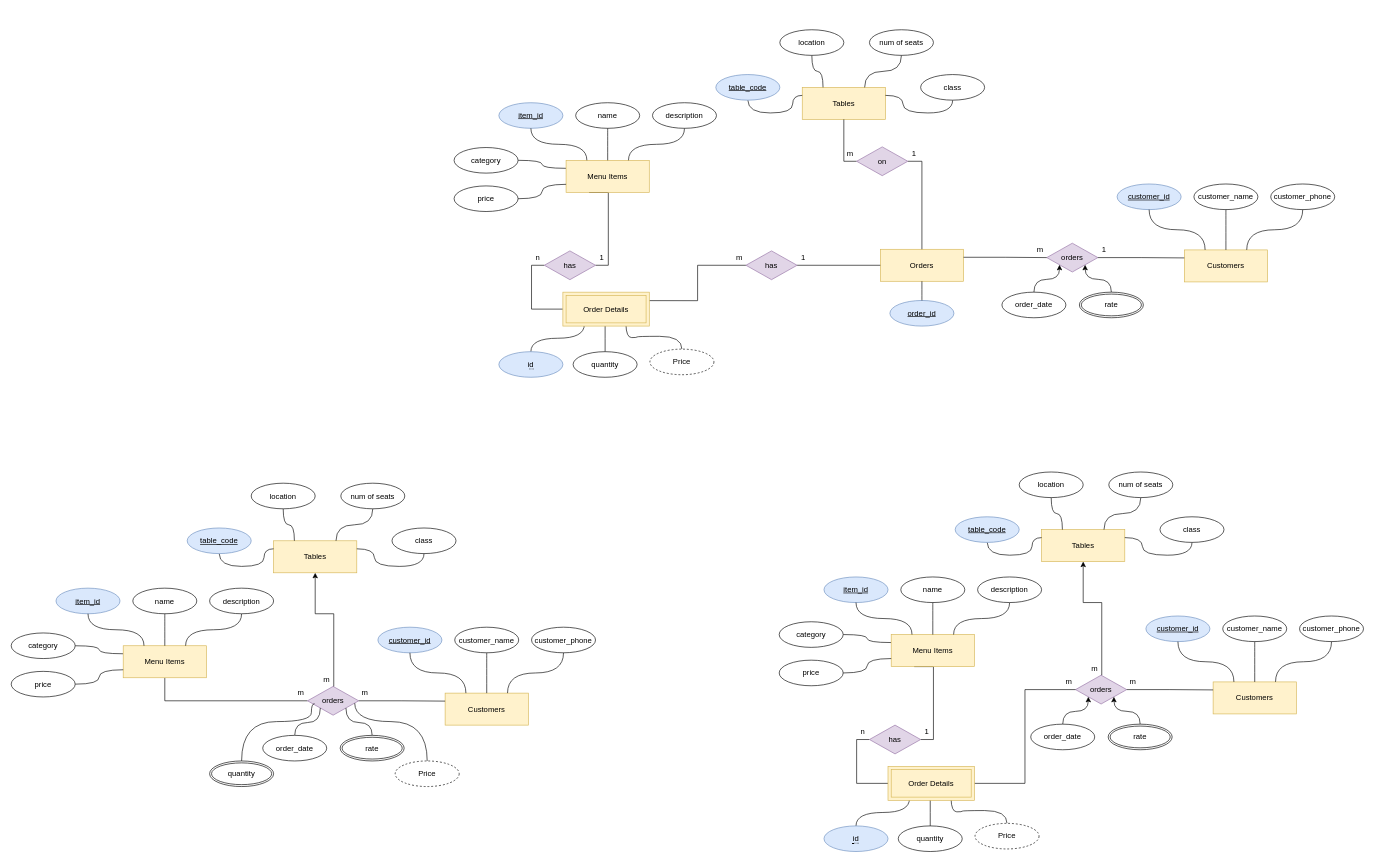
This is ER_diagram.drawio from Mohammed-Abed-Alkareem/Restaurant-Management, a draw.io file, before an edit. Source tidied: cells renumbered, new cells numbered last; positions are measured from the earlier drawing's top-left corner, leaving out a move shared by most shapes. Both pictures are drawn from the tidied source at 64%, with x=0, y=0 at pixel (11, 29).
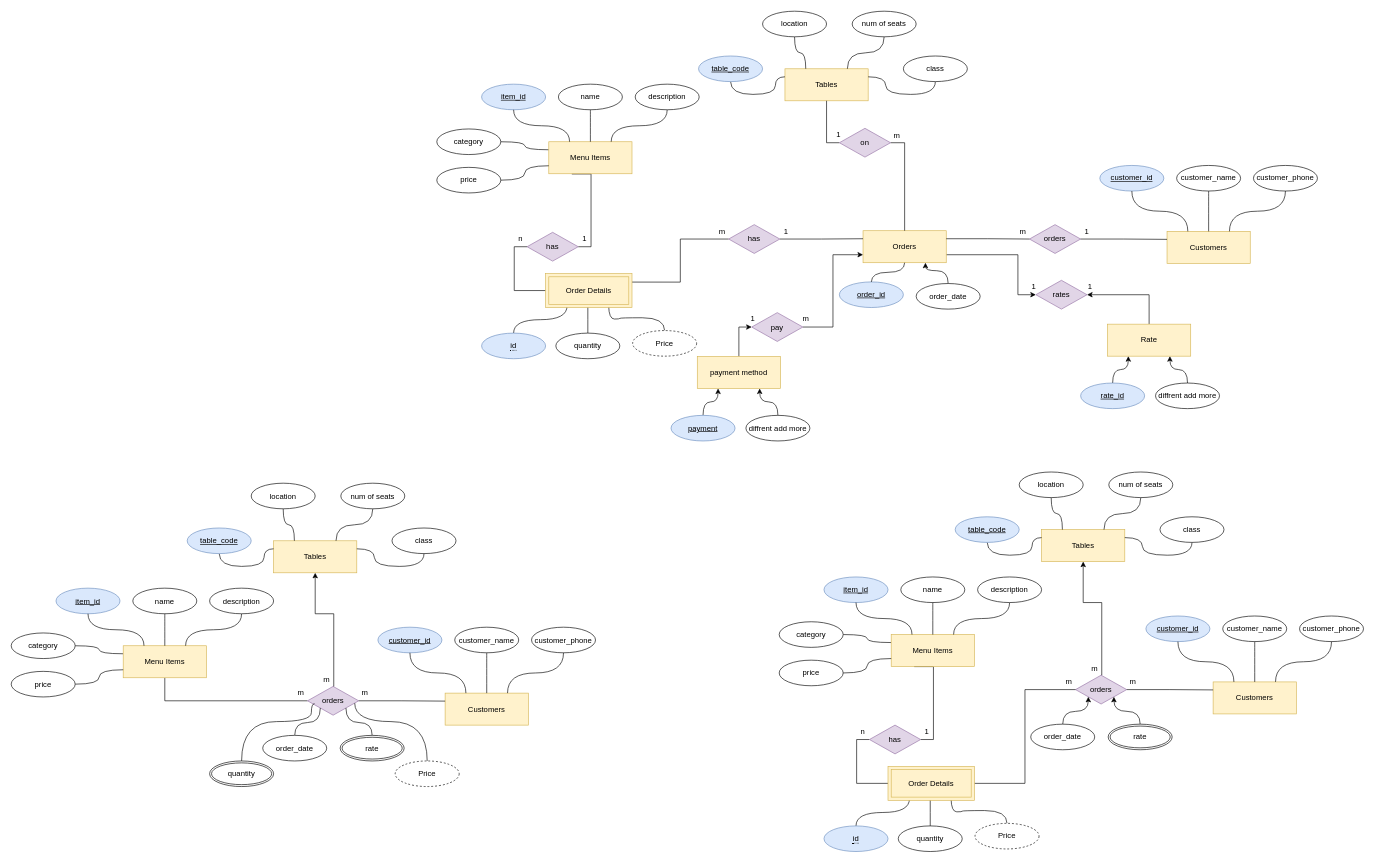
Above is the later version.

What changed in the source:
```diff
@@
     <mxCell id="2" value="Customers" style="whiteSpace=wrap;html=1;align=center;fillColor=#fff2cc;strokeColor=#d6b656;" parent="1" vertex="1">
-      <mxGeometry x="1833" y="344" width="130" height="50" as="geometry" />
+      <mxGeometry x="1806" y="315" width="130" height="50" as="geometry" />
     </mxCell>
     <mxCell id="3" value="customer_id" style="ellipse;whiteSpace=wrap;html=1;align=center;fontStyle=4;fillColor=#dae8fc;strokeColor=#6c8ebf;" parent="1" vertex="1">
-      <mxGeometry x="1728" y="241" width="100" height="40" as="geometry" />
+      <mxGeometry x="1701" y="212" width="100" height="40" as="geometry" />
     </mxCell>
     <mxCell id="4" value="customer_name" style="ellipse;whiteSpace=wrap;html=1;align=center;" parent="1" vertex="1">
-      <mxGeometry x="1848" y="241" width="100" height="40" as="geometry" />
+      <mxGeometry x="1821" y="212" width="100" height="40" as="geometry" />
     </mxCell>
     <mxCell id="5" value="customer_phone" style="ellipse;whiteSpace=wrap;html=1;align=center;" parent="1" vertex="1">
-      <mxGeometry x="1968" y="241" width="100" height="40" as="geometry" />
+      <mxGeometry x="1941" y="212" width="100" height="40" as="geometry" />
     </mxCell>
@@
+    <mxCell id="155" style="edgeStyle=orthogonalEdgeStyle;rounded=0;jettySize=auto;html=1;exitX=1;exitY=0.75;exitDx=0;exitDy=0;entryX=0;entryY=0.5;entryDx=0;entryDy=0;" parent="1" edge="1" source="9" target="162">
+      <mxGeometry relative="1" as="geometry">
+        <Array as="points">
+          <mxPoint x="1573" y="352" />
+          <mxPoint x="1573" y="414" />
+        </Array>
+      </mxGeometry>
+    </mxCell>
     <mxCell id="9" value="Orders" style="whiteSpace=wrap;html=1;align=center;fillColor=#fff2cc;strokeColor=#d6b656;" parent="1" vertex="1">
-      <mxGeometry x="1358" y="343" width="130" height="50" as="geometry" />
+      <mxGeometry x="1331" y="314" width="130" height="50" as="geometry" />
     </mxCell>
     <mxCell id="10" value="&lt;u&gt;order_id&lt;/u&gt;" style="ellipse;whiteSpace=wrap;html=1;align=center;fillColor=#dae8fc;strokeColor=#6c8ebf;" parent="1" vertex="1">
-      <mxGeometry x="1373" y="423" width="100" height="40" as="geometry" />
+      <mxGeometry x="1294" y="394" width="100" height="40" as="geometry" />
     </mxCell>
@@
     <mxCell id="12" value="orders" style="shape=rhombus;perimeter=rhombusPerimeter;whiteSpace=wrap;html=1;align=center;fillColor=#e1d5e7;strokeColor=#9673a6;" parent="1" vertex="1">
-      <mxGeometry x="1618" y="333.5" width="80" height="45" as="geometry" />
+      <mxGeometry x="1591" y="304.5" width="80" height="45" as="geometry" />
     </mxCell>
@@
     <mxCell id="15" value="1" style="text;html=1;strokeColor=none;fillColor=none;align=center;verticalAlign=middle;whiteSpace=wrap;rounded=0;" parent="1" vertex="1">
-      <mxGeometry x="1698" y="333.5" width="20" height="20" as="geometry" />
+      <mxGeometry x="1671" y="304.5" width="20" height="20" as="geometry" />
     </mxCell>
     <mxCell id="16" value="m" style="text;html=1;strokeColor=none;fillColor=none;align=center;verticalAlign=middle;whiteSpace=wrap;rounded=0;" parent="1" vertex="1">
-      <mxGeometry x="1598" y="333.5" width="20" height="20" as="geometry" />
+      <mxGeometry x="1571" y="304.5" width="20" height="20" as="geometry" />
     </mxCell>
@@
     <mxCell id="18" style="edgeStyle=orthogonalEdgeStyle;rounded=0;jettySize=auto;html=1;exitX=0.5;exitY=0;exitDx=0;exitDy=0;entryX=0.25;entryY=1;entryDx=0;entryDy=0;curved=1;endArrow=none;endFill=0;" parent="1" edge="1" source="60">
       <mxGeometry relative="1" as="geometry">
-        <mxPoint x="895.5" y="460" as="targetPoint" />
+        <mxPoint x="868.5" y="431" as="targetPoint" />
       </mxGeometry>
     </mxCell>
     <mxCell id="19" style="edgeStyle=orthogonalEdgeStyle;rounded=0;jettySize=auto;html=1;exitX=0.5;exitY=0;exitDx=0;exitDy=0;entryX=0.5;entryY=1;entryDx=0;entryDy=0;endArrow=none;endFill=0;" parent="1" edge="1" source="20">
       <mxGeometry relative="1" as="geometry">
-        <mxPoint x="928" y="460" as="targetPoint" />
+        <mxPoint x="901" y="431" as="targetPoint" />
       </mxGeometry>
     </mxCell>
     <mxCell id="20" value="quantity" style="ellipse;whiteSpace=wrap;html=1;align=center;" parent="1" vertex="1">
-      <mxGeometry x="878" y="503" width="100" height="40" as="geometry" />
+      <mxGeometry x="851" y="474" width="100" height="40" as="geometry" />
     </mxCell>
-    <mxCell id="21" style="edgeStyle=orthogonalEdgeStyle;rounded=0;jettySize=auto;html=1;exitX=1;exitY=0.5;exitDx=0;exitDy=0;entryX=0;entryY=0.5;entryDx=0;entryDy=0;endArrow=none;endFill=0;" parent="1" edge="1" source="23" target="9">
+    <mxCell id="21" style="edgeStyle=orthogonalEdgeStyle;rounded=0;jettySize=auto;html=1;exitX=1;exitY=0.5;exitDx=0;exitDy=0;entryX=0;entryY=0.25;entryDx=0;entryDy=0;endArrow=none;endFill=0;" parent="1" edge="1" source="23" target="9">
       <mxGeometry relative="1" as="geometry" />
     </mxCell>
@@
     <mxCell id="23" value="has" style="shape=rhombus;perimeter=rhombusPerimeter;whiteSpace=wrap;html=1;align=center;fillColor=#e1d5e7;strokeColor=#9673a6;" parent="1" vertex="1">
-      <mxGeometry x="1148" y="345.5" width="80" height="45" as="geometry" />
+      <mxGeometry x="1121" y="304.5" width="80" height="45" as="geometry" />
     </mxCell>
     <mxCell id="24" value="1" style="text;html=1;strokeColor=none;fillColor=none;align=center;verticalAlign=middle;whiteSpace=wrap;rounded=0;" parent="1" vertex="1">
-      <mxGeometry x="1228" y="345.5" width="20" height="20" as="geometry" />
+      <mxGeometry x="1201" y="304.5" width="20" height="20" as="geometry" />
     </mxCell>
     <mxCell id="25" value="m" style="text;html=1;strokeColor=none;fillColor=none;align=center;verticalAlign=middle;whiteSpace=wrap;rounded=0;" parent="1" vertex="1">
-      <mxGeometry x="1128" y="345.5" width="20" height="20" as="geometry" />
+      <mxGeometry x="1101" y="304.5" width="20" height="20" as="geometry" />
     </mxCell>
     <mxCell id="26" style="edgeStyle=orthogonalEdgeStyle;rounded=0;jettySize=auto;html=1;exitX=0.5;exitY=0;exitDx=0;exitDy=0;entryX=0.75;entryY=1;entryDx=0;entryDy=0;curved=1;endArrow=none;endFill=0;" parent="1" edge="1" source="27">
       <mxGeometry relative="1" as="geometry">
-        <mxPoint x="960.5" y="460" as="targetPoint" />
+        <mxPoint x="933.5" y="431" as="targetPoint" />
       </mxGeometry>
     </mxCell>
     <mxCell id="27" value="Price" style="ellipse;whiteSpace=wrap;html=1;align=center;dashed=1;" parent="1" vertex="1">
-      <mxGeometry x="998" y="499" width="100" height="40" as="geometry" />
+      <mxGeometry x="971" y="470" width="100" height="40" as="geometry" />
     </mxCell>
@@
     <mxCell id="29" style="edgeStyle=orthogonalEdgeStyle;rounded=0;jettySize=auto;html=1;exitX=0.5;exitY=1;exitDx=0;exitDy=0;entryX=1;entryY=0.5;entryDx=0;entryDy=0;endArrow=none;endFill=0;" parent="1" edge="1" source="30" target="36">
       <mxGeometry relative="1" as="geometry">
         <Array as="points">
-          <mxPoint x="903" y="254" />
-          <mxPoint x="933" y="254" />
-          <mxPoint x="933" y="368" />
+          <mxPoint x="876" y="225" />
+          <mxPoint x="906" y="225" />
+          <mxPoint x="906" y="339" />
         </Array>
       </mxGeometry>
     </mxCell>
     <mxCell id="30" value="Menu Items" style="whiteSpace=wrap;html=1;align=center;fillColor=#fff2cc;strokeColor=#d6b656;" parent="1" vertex="1">
-      <mxGeometry x="867" y="204" width="130" height="50" as="geometry" />
+      <mxGeometry x="840" y="175" width="130" height="50" as="geometry" />
     </mxCell>
     <mxCell id="31" value="item_id" style="ellipse;whiteSpace=wrap;html=1;align=center;fontStyle=4;fillColor=#dae8fc;strokeColor=#6c8ebf;" parent="1" vertex="1">
-      <mxGeometry x="762" y="114" width="100" height="40" as="geometry" />
+      <mxGeometry x="735" y="85" width="100" height="40" as="geometry" />
     </mxCell>
     <mxCell id="32" value="name" style="ellipse;whiteSpace=wrap;html=1;align=center;" parent="1" vertex="1">
-      <mxGeometry x="882" y="114" width="100" height="40" as="geometry" />
+      <mxGeometry x="855" y="85" width="100" height="40" as="geometry" />
     </mxCell>
@@
     <mxCell id="36" value="has" style="shape=rhombus;perimeter=rhombusPerimeter;whiteSpace=wrap;html=1;align=center;fillColor=#e1d5e7;strokeColor=#9673a6;" parent="1" vertex="1">
-      <mxGeometry x="833" y="345.5" width="80" height="45" as="geometry" />
+      <mxGeometry x="806" y="316.5" width="80" height="45" as="geometry" />
     </mxCell>
     <mxCell id="37" value="1" style="text;html=1;strokeColor=none;fillColor=none;align=center;verticalAlign=middle;whiteSpace=wrap;rounded=0;" parent="1" vertex="1">
-      <mxGeometry x="913" y="345.5" width="20" height="20" as="geometry" />
+      <mxGeometry x="886" y="316.5" width="20" height="20" as="geometry" />
     </mxCell>
     <mxCell id="38" value="n" style="text;html=1;strokeColor=none;fillColor=none;align=center;verticalAlign=middle;whiteSpace=wrap;rounded=0;" parent="1" vertex="1">
-      <mxGeometry x="813" y="345.5" width="20" height="20" as="geometry" />
+      <mxGeometry x="786" y="316.5" width="20" height="20" as="geometry" />
     </mxCell>
     <mxCell id="39" value="description" style="ellipse;whiteSpace=wrap;html=1;align=center;" parent="1" vertex="1">
-      <mxGeometry x="1002" y="114" width="100" height="40" as="geometry" />
+      <mxGeometry x="975" y="85" width="100" height="40" as="geometry" />
     </mxCell>
     <mxCell id="40" value="category" style="ellipse;whiteSpace=wrap;html=1;align=center;" parent="1" vertex="1">
-      <mxGeometry x="692" y="184" width="100" height="40" as="geometry" />
+      <mxGeometry x="665" y="155" width="100" height="40" as="geometry" />
     </mxCell>
@@
     <mxCell id="42" value="price" style="ellipse;whiteSpace=wrap;html=1;align=center;" parent="1" vertex="1">
-      <mxGeometry x="692" y="244" width="100" height="40" as="geometry" />
+      <mxGeometry x="665" y="215" width="100" height="40" as="geometry" />
     </mxCell>
-    <mxCell id="43" style="edgeStyle=orthogonalEdgeStyle;rounded=0;jettySize=auto;html=1;exitX=0.5;exitY=0;exitDx=0;exitDy=0;entryX=0;entryY=1;entryDx=0;entryDy=0;curved=1;" parent="1" edge="1" source="44" target="12">
+    <mxCell id="43" style="edgeStyle=orthogonalEdgeStyle;rounded=0;jettySize=auto;html=1;exitX=0.5;exitY=0;exitDx=0;exitDy=0;entryX=0.75;entryY=1;entryDx=0;entryDy=0;curved=1;" parent="1" edge="1" source="44" target="9">
       <mxGeometry relative="1" as="geometry" />
     </mxCell>
     <mxCell id="44" value="order_date" style="ellipse;whiteSpace=wrap;html=1;align=center;" parent="1" vertex="1">
-      <mxGeometry x="1548" y="410" width="100" height="40" as="geometry" />
+      <mxGeometry x="1414" y="396.5" width="100" height="40" as="geometry" />
     </mxCell>
     <mxCell id="45" value="Tables" style="whiteSpace=wrap;html=1;align=center;fillColor=#fff2cc;strokeColor=#d6b656;" parent="1" vertex="1">
-      <mxGeometry x="1236" y="90" width="130" height="50" as="geometry" />
+      <mxGeometry x="1209" y="61" width="130" height="50" as="geometry" />
     </mxCell>
@@
     <mxCell id="47" value="table_code" style="ellipse;whiteSpace=wrap;html=1;align=center;fontStyle=4;fillColor=#dae8fc;strokeColor=#6c8ebf;" parent="1" vertex="1">
-      <mxGeometry x="1101" y="70" width="100" height="40" as="geometry" />
+      <mxGeometry x="1074" y="41" width="100" height="40" as="geometry" />
     </mxCell>
@@
     <mxCell id="49" value="location" style="ellipse;whiteSpace=wrap;html=1;align=center;" parent="1" vertex="1">
-      <mxGeometry x="1201" width="100" height="40" as="geometry" />
+      <mxGeometry x="1174" y="-29" width="100" height="40" as="geometry" />
     </mxCell>
@@
     <mxCell id="51" value="num of seats" style="ellipse;whiteSpace=wrap;html=1;align=center;" parent="1" vertex="1">
-      <mxGeometry x="1341" width="100" height="40" as="geometry" />
+      <mxGeometry x="1314" y="-29" width="100" height="40" as="geometry" />
     </mxCell>
@@
     <mxCell id="53" value="class" style="ellipse;whiteSpace=wrap;html=1;align=center;" parent="1" vertex="1">
-      <mxGeometry x="1421" y="70" width="100" height="40" as="geometry" />
+      <mxGeometry x="1394" y="41" width="100" height="40" as="geometry" />
     </mxCell>
@@
     <mxCell id="56" value="on" style="shape=rhombus;perimeter=rhombusPerimeter;whiteSpace=wrap;html=1;align=center;fillColor=#e1d5e7;strokeColor=#9673a6;" parent="1" vertex="1">
-      <mxGeometry x="1321" y="183" width="80" height="45" as="geometry" />
+      <mxGeometry x="1294" y="154" width="80" height="45" as="geometry" />
     </mxCell>
     <mxCell id="57" value="1" style="text;html=1;strokeColor=none;fillColor=none;align=center;verticalAlign=middle;whiteSpace=wrap;rounded=0;" parent="1" vertex="1">
-      <mxGeometry x="1401" y="183" width="20" height="20" as="geometry" />
+      <mxGeometry x="1283" y="154" width="20" height="20" as="geometry" />
     </mxCell>
     <mxCell id="58" value="m" style="text;html=1;strokeColor=none;fillColor=none;align=center;verticalAlign=middle;whiteSpace=wrap;rounded=0;" parent="1" vertex="1">
-      <mxGeometry x="1301" y="183" width="20" height="20" as="geometry" />
+      <mxGeometry x="1374" y="155" width="20" height="20" as="geometry" />
     </mxCell>
     <mxCell id="59" value="Order Details" style="shape=ext;margin=3;double=1;whiteSpace=wrap;html=1;align=center;fillColor=#fff2cc;strokeColor=#d6b656;" parent="1" vertex="1">
-      <mxGeometry x="862" y="410" width="135" height="53" as="geometry" />
+      <mxGeometry x="835" y="381" width="135" height="53" as="geometry" />
     </mxCell>
     <mxCell id="60" value="&lt;span style=&quot;border-bottom: 1px dotted&quot;&gt;id&lt;/span&gt;" style="ellipse;whiteSpace=wrap;html=1;align=center;fillColor=#dae8fc;strokeColor=#6c8ebf;" parent="1" vertex="1">
-      <mxGeometry x="762" y="503" width="100" height="40" as="geometry" />
+      <mxGeometry x="735" y="474" width="100" height="40" as="geometry" />
     </mxCell>
-    <mxCell id="61" style="edgeStyle=orthogonalEdgeStyle;rounded=0;jettySize=auto;html=1;exitX=0.5;exitY=0;exitDx=0;exitDy=0;entryX=1;entryY=1;entryDx=0;entryDy=0;curved=1;" parent="1" edge="1" source="62" target="12">
-      <mxGeometry relative="1" as="geometry" />
-    </mxCell>
-    <mxCell id="62" value="rate" style="ellipse;shape=doubleEllipse;margin=3;whiteSpace=wrap;html=1;align=center;" parent="1" vertex="1">
-      <mxGeometry x="1669" y="410" width="100" height="40" as="geometry" />
-    </mxCell>
@@
+    <mxCell id="156" style="edgeStyle=orthogonalEdgeStyle;rounded=0;jettySize=auto;html=1;exitX=0.5;exitY=0;exitDx=0;exitDy=0;entryX=1;entryY=0.5;entryDx=0;entryDy=0;" parent="1" edge="1" source="157" target="162">
+      <mxGeometry relative="1" as="geometry" />
+    </mxCell>
+    <mxCell id="157" value="Rate" style="whiteSpace=wrap;html=1;align=center;fillColor=#fff2cc;strokeColor=#d6b656;" parent="1" vertex="1">
+      <mxGeometry x="1713" y="460" width="130" height="50" as="geometry" />
+    </mxCell>
+    <mxCell id="158" style="edgeStyle=orthogonalEdgeStyle;rounded=0;jettySize=auto;html=1;exitX=0.5;exitY=0;exitDx=0;exitDy=0;entryX=0.25;entryY=1;entryDx=0;entryDy=0;curved=1;" parent="1" edge="1" source="159" target="157">
+      <mxGeometry relative="1" as="geometry" />
+    </mxCell>
+    <mxCell id="159" value="rate_id" style="ellipse;whiteSpace=wrap;html=1;align=center;fontStyle=4;fillColor=#dae8fc;strokeColor=#6c8ebf;" parent="1" vertex="1">
+      <mxGeometry x="1671" y="552" width="100" height="40" as="geometry" />
+    </mxCell>
+    <mxCell id="160" style="edgeStyle=orthogonalEdgeStyle;rounded=0;jettySize=auto;html=1;exitX=0.5;exitY=0;exitDx=0;exitDy=0;entryX=0.75;entryY=1;entryDx=0;entryDy=0;curved=1;" parent="1" edge="1" source="161" target="157">
+      <mxGeometry relative="1" as="geometry" />
+    </mxCell>
+    <mxCell id="161" value="diffrent add more" style="ellipse;whiteSpace=wrap;html=1;align=center;" parent="1" vertex="1">
+      <mxGeometry x="1788" y="552" width="100" height="40" as="geometry" />
+    </mxCell>
+    <mxCell id="162" value="rates" style="shape=rhombus;perimeter=rhombusPerimeter;whiteSpace=wrap;html=1;align=center;fillColor=#e1d5e7;strokeColor=#9673a6;" parent="1" vertex="1">
+      <mxGeometry x="1601" y="391.5" width="80" height="45" as="geometry" />
+    </mxCell>
+    <mxCell id="163" value="1" style="text;html=1;strokeColor=none;fillColor=none;align=center;verticalAlign=middle;whiteSpace=wrap;rounded=0;" parent="1" vertex="1">
+      <mxGeometry x="1676" y="391.5" width="20" height="20" as="geometry" />
+    </mxCell>
+    <mxCell id="164" value="1" style="text;html=1;strokeColor=none;fillColor=none;align=center;verticalAlign=middle;whiteSpace=wrap;rounded=0;" parent="1" vertex="1">
+      <mxGeometry x="1588" y="391.5" width="20" height="20" as="geometry" />
+    </mxCell>
+    <mxCell id="165" style="edgeStyle=orthogonalEdgeStyle;rounded=0;jettySize=auto;html=1;exitX=0.5;exitY=0;exitDx=0;exitDy=0;entryX=0;entryY=0.5;entryDx=0;entryDy=0;" parent="1" edge="1" source="166" target="172">
+      <mxGeometry relative="1" as="geometry" />
+    </mxCell>
+    <mxCell id="166" value="payment method" style="whiteSpace=wrap;html=1;align=center;fillColor=#fff2cc;strokeColor=#d6b656;" parent="1" vertex="1">
+      <mxGeometry x="1072" y="510.5" width="130" height="50" as="geometry" />
+    </mxCell>
+    <mxCell id="167" style="edgeStyle=orthogonalEdgeStyle;rounded=0;jettySize=auto;html=1;exitX=0.5;exitY=0;exitDx=0;exitDy=0;entryX=0.25;entryY=1;entryDx=0;entryDy=0;curved=1;" parent="1" edge="1" source="168" target="166">
+      <mxGeometry relative="1" as="geometry" />
+    </mxCell>
+    <mxCell id="168" value="payment" style="ellipse;whiteSpace=wrap;html=1;align=center;fontStyle=4;fillColor=#dae8fc;strokeColor=#6c8ebf;" parent="1" vertex="1">
+      <mxGeometry x="1031" y="602.5" width="100" height="40" as="geometry" />
+    </mxCell>
+    <mxCell id="169" style="edgeStyle=orthogonalEdgeStyle;rounded=0;jettySize=auto;html=1;exitX=0.5;exitY=0;exitDx=0;exitDy=0;entryX=0.75;entryY=1;entryDx=0;entryDy=0;curved=1;" parent="1" edge="1" source="170" target="166">
+      <mxGeometry relative="1" as="geometry" />
+    </mxCell>
+    <mxCell id="170" value="diffrent add more" style="ellipse;whiteSpace=wrap;html=1;align=center;" parent="1" vertex="1">
+      <mxGeometry x="1148" y="602.5" width="100" height="40" as="geometry" />
+    </mxCell>
+    <mxCell id="171" style="edgeStyle=orthogonalEdgeStyle;rounded=0;jettySize=auto;html=1;exitX=1;exitY=0.5;exitDx=0;exitDy=0;entryX=0;entryY=0.75;entryDx=0;entryDy=0;" parent="1" edge="1" source="172" target="9">
+      <mxGeometry relative="1" as="geometry" />
+    </mxCell>
+    <mxCell id="172" value="pay" style="shape=rhombus;perimeter=rhombusPerimeter;whiteSpace=wrap;html=1;align=center;fillColor=#e1d5e7;strokeColor=#9673a6;" parent="1" vertex="1">
+      <mxGeometry x="1157" y="442" width="80" height="45" as="geometry" />
+    </mxCell>
+    <mxCell id="173" value="m" style="text;html=1;strokeColor=none;fillColor=none;align=center;verticalAlign=middle;whiteSpace=wrap;rounded=0;" parent="1" vertex="1">
+      <mxGeometry x="1232" y="442" width="20" height="20" as="geometry" />
+    </mxCell>
+    <mxCell id="174" value="1" style="text;html=1;strokeColor=none;fillColor=none;align=center;verticalAlign=middle;whiteSpace=wrap;rounded=0;" parent="1" vertex="1">
+      <mxGeometry x="1149" y="442" width="20" height="20" as="geometry" />
+    </mxCell>
```
